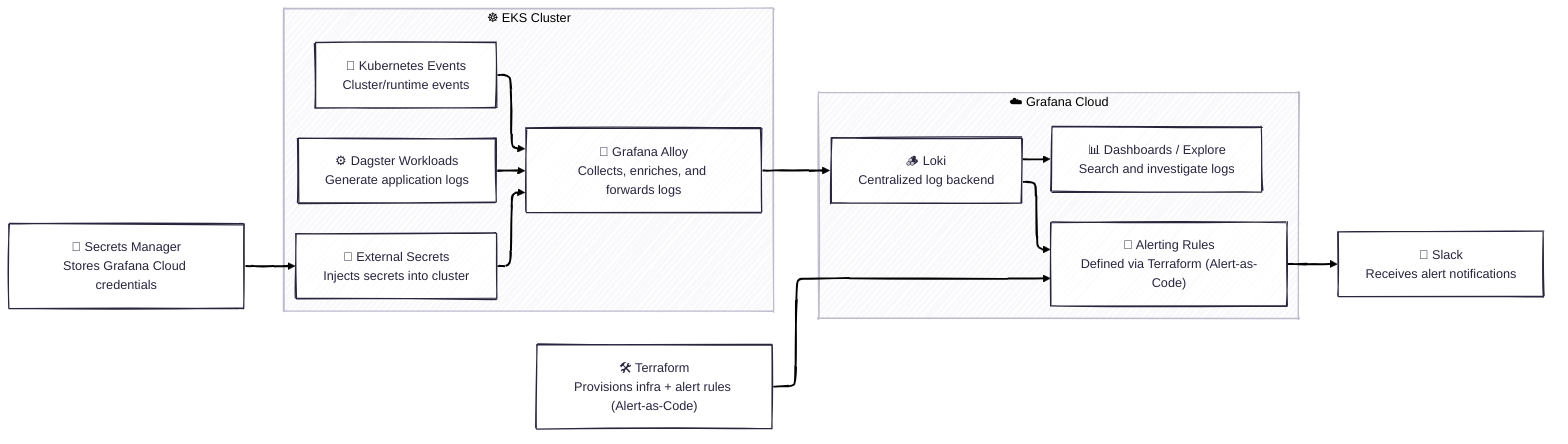
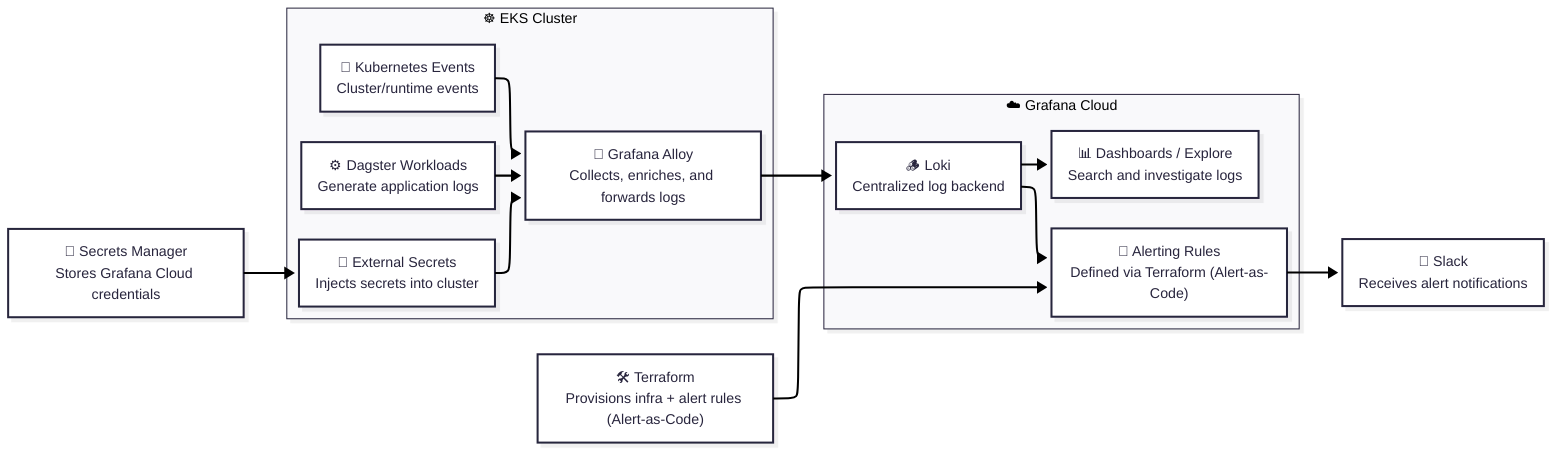
---
config:
  layout: elk
-   look: handDrawn
+   look: neo
  theme: redux
---

flowchart LR

  TF["🛠️ Terraform<br/>Provisions infra + alert rules (Alert-as-Code)"]
  SM["🔑 Secrets Manager<br/>Stores Grafana Cloud credentials"]
  Slack["💬 Slack<br/>Receives alert notifications"]

  subgraph Cluster["☸️ EKS Cluster"]
    ESO["🔐 External Secrets<br/>Injects secrets into cluster"]
    Dagster["⚙️ Dagster Workloads<br/>Generate application logs"]
    Events["📣 Kubernetes Events<br/>Cluster/runtime events"]
    Alloy["📡 Grafana Alloy<br/>Collects, enriches, and forwards logs"]
  end

  subgraph GrafanaCloud["☁️ Grafana Cloud"]
    Loki["🪵 Loki<br/>Centralized log backend"]
    Explore["📊 Dashboards / Explore<br/>Search and investigate logs"]
    Rules["🚨 Alerting Rules<br/>Defined via Terraform (Alert-as-Code)"]
  end

  %% Secret flow
  SM --> ESO
  ESO --> Alloy

  %% Log flow
  Dagster --> Alloy
  Events --> Alloy
  Alloy --> Loki

  %% Observability flow
  Loki --> Explore
  Loki --> Rules

  %% Alerting flow
  Rules --> Slack

  %% Alert-as-code connection
  TF --> Rules